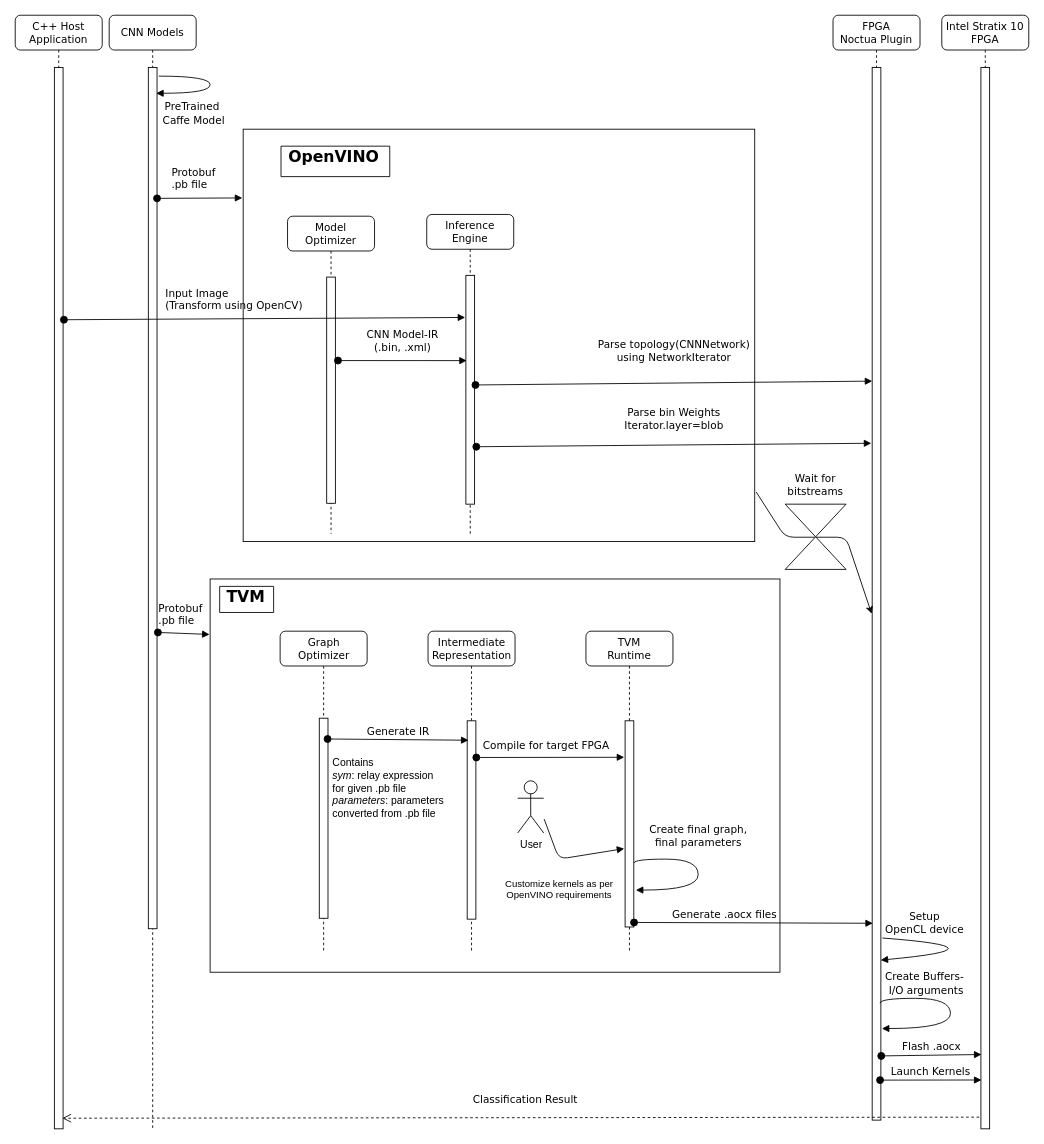
Above: projectplan/Project Report/Updated_Design__Document.drawio in pc2/CustoNN2 (draw.io), before the change. Source tidied: cells renumbered, new cells numbered last; positions are measured from the earlier drawing's top-left corner, leaving out a move shared by most shapes. Both pictures are drawn from the tidied source at 87%, with x=0, y=0 at pixel (15, 15).
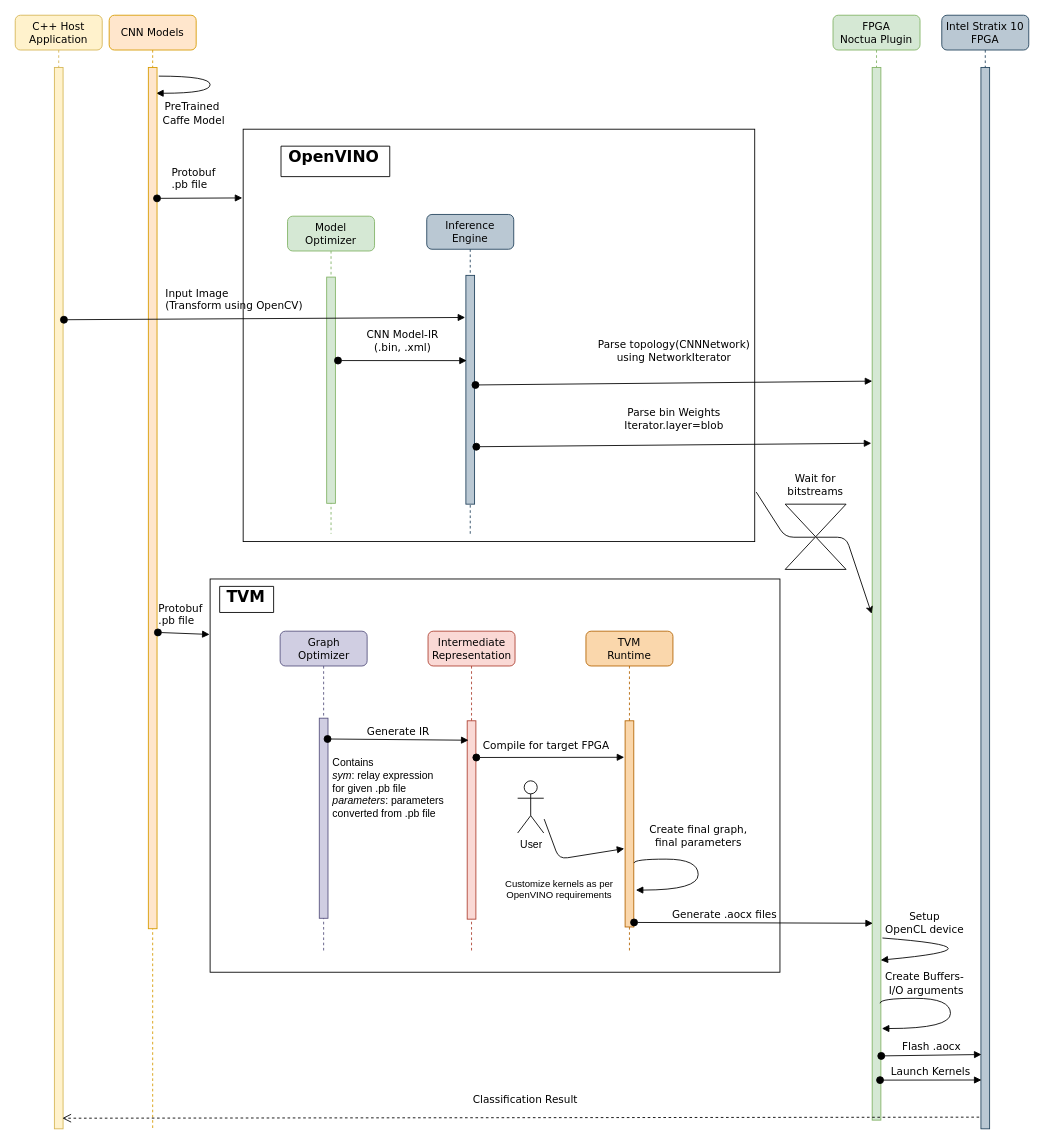
Above is the later version.

Diff of the diagram source:
```diff
@@
-    <mxCell id="2" value="CNN Models" style="shape=umlLifeline;perimeter=lifelinePerimeter;whiteSpace=wrap;html=1;rounded=1;shadow=0;comic=0;labelBackgroundColor=none;strokeColor=#000000;strokeWidth=1;fillColor=#FFFFFF;fontFamily=Verdana;fontSize=12;fontColor=#000000;align=center;" parent="1" vertex="1">
+    <mxCell id="2" value="CNN Models" style="shape=umlLifeline;perimeter=lifelinePerimeter;whiteSpace=wrap;html=1;rounded=1;shadow=0;comic=0;labelBackgroundColor=none;strokeColor=#d79b00;strokeWidth=1;fillColor=#ffe6cc;fontFamily=Verdana;fontSize=12;align=center;" parent="1" vertex="1">
       <mxGeometry x="108" width="100" height="1280" as="geometry" />
     </mxCell>
@@
-    <mxCell id="4" style="html=1;points=[];perimeter=orthogonalPerimeter;rounded=0;shadow=0;comic=0;labelBackgroundColor=none;strokeColor=#000000;strokeWidth=1;fillColor=#FFFFFF;fontFamily=Verdana;fontSize=12;fontColor=#000000;align=center;" parent="2" vertex="1">
+    <mxCell id="4" style="html=1;points=[];perimeter=orthogonalPerimeter;rounded=0;shadow=0;comic=0;labelBackgroundColor=none;strokeColor=#d79b00;strokeWidth=1;fillColor=#ffe6cc;fontFamily=Verdana;fontSize=12;align=center;" parent="2" vertex="1">
       <mxGeometry x="45" y="60" width="10" height="990" as="geometry" />
     </mxCell>
-    <mxCell id="5" value="FPGA&lt;br&gt;Noctua Plugin" style="shape=umlLifeline;perimeter=lifelinePerimeter;whiteSpace=wrap;html=1;rounded=1;shadow=0;comic=0;labelBackgroundColor=none;strokeColor=#000000;strokeWidth=1;fillColor=#FFFFFF;fontFamily=Verdana;fontSize=12;fontColor=#000000;align=center;" parent="1" vertex="1">
+    <mxCell id="5" value="FPGA&lt;br&gt;Noctua Plugin" style="shape=umlLifeline;perimeter=lifelinePerimeter;whiteSpace=wrap;html=1;rounded=1;shadow=0;comic=0;labelBackgroundColor=none;strokeColor=#82b366;strokeWidth=1;fillColor=#d5e8d4;fontFamily=Verdana;fontSize=12;align=center;" parent="1" vertex="1">
       <mxGeometry x="940" width="100" height="1270" as="geometry" />
     </mxCell>
-    <mxCell id="6" style="html=1;points=[];perimeter=orthogonalPerimeter;rounded=0;shadow=0;comic=0;labelBackgroundColor=none;strokeColor=#000000;strokeWidth=1;fillColor=#FFFFFF;fontFamily=Verdana;fontSize=12;fontColor=#000000;align=center;" parent="5" vertex="1">
+    <mxCell id="6" style="html=1;points=[];perimeter=orthogonalPerimeter;rounded=0;shadow=0;comic=0;labelBackgroundColor=none;strokeColor=#82b366;strokeWidth=1;fillColor=#d5e8d4;fontFamily=Verdana;fontSize=12;align=center;" parent="5" vertex="1">
       <mxGeometry x="45" y="60" width="10" height="1210" as="geometry" />
     </mxCell>
@@
-    <mxCell id="9" value="Intel Stratix 10 FPGA" style="shape=umlLifeline;perimeter=lifelinePerimeter;whiteSpace=wrap;html=1;rounded=1;shadow=0;comic=0;labelBackgroundColor=none;strokeColor=#000000;strokeWidth=1;fillColor=#FFFFFF;fontFamily=Verdana;fontSize=12;fontColor=#000000;align=center;" parent="1" vertex="1">
+    <mxCell id="9" value="&lt;font color=&quot;#000000&quot;&gt;Intel Stratix 10 FPGA&lt;/font&gt;" style="shape=umlLifeline;perimeter=lifelinePerimeter;whiteSpace=wrap;html=1;rounded=1;shadow=0;comic=0;labelBackgroundColor=none;strokeColor=#23445d;strokeWidth=1;fillColor=#bac8d3;fontFamily=Verdana;fontSize=12;align=center;gradientDirection=west;" parent="1" vertex="1">
       <mxGeometry x="1065" width="100" height="1280" as="geometry" />
     </mxCell>
-    <mxCell id="10" style="html=1;points=[];perimeter=orthogonalPerimeter;rounded=0;shadow=0;comic=0;labelBackgroundColor=none;strokeColor=#000000;strokeWidth=1;fillColor=#FFFFFF;fontFamily=Verdana;fontSize=12;fontColor=#000000;align=center;" parent="9" vertex="1">
+    <mxCell id="10" style="html=1;points=[];perimeter=orthogonalPerimeter;rounded=0;shadow=0;comic=0;labelBackgroundColor=none;strokeColor=#23445d;strokeWidth=1;fillColor=#bac8d3;fontFamily=Verdana;fontSize=12;align=center;" parent="9" vertex="1">
       <mxGeometry x="45" y="60" width="10" height="1220" as="geometry" />
     </mxCell>
-    <mxCell id="11" value="C++ Host Application" style="shape=umlLifeline;perimeter=lifelinePerimeter;whiteSpace=wrap;html=1;rounded=1;shadow=0;comic=0;labelBackgroundColor=none;strokeColor=#000000;strokeWidth=1;fillColor=#FFFFFF;fontFamily=Verdana;fontSize=12;fontColor=#000000;align=center;" parent="1" vertex="1">
+    <mxCell id="11" value="C++ Host Application" style="shape=umlLifeline;perimeter=lifelinePerimeter;whiteSpace=wrap;html=1;rounded=1;shadow=0;comic=0;labelBackgroundColor=none;strokeColor=#d6b656;strokeWidth=1;fillColor=#fff2cc;fontFamily=Verdana;fontSize=12;align=center;" parent="1" vertex="1">
       <mxGeometry width="100" height="1280" as="geometry" />
     </mxCell>
-    <mxCell id="12" style="html=1;points=[];perimeter=orthogonalPerimeter;rounded=0;shadow=0;comic=0;labelBackgroundColor=none;strokeColor=#000000;strokeWidth=1;fillColor=#FFFFFF;fontFamily=Verdana;fontSize=12;fontColor=#000000;align=center;" parent="11" vertex="1">
+    <mxCell id="12" style="html=1;points=[];perimeter=orthogonalPerimeter;rounded=0;shadow=0;comic=0;labelBackgroundColor=none;strokeColor=#d6b656;strokeWidth=1;fillColor=#fff2cc;fontFamily=Verdana;fontSize=12;align=center;" parent="11" vertex="1">
       <mxGeometry x="45" y="60" width="10" height="1220" as="geometry" />
     </mxCell>
@@
-    <mxCell id="18" value="Graph&lt;br&gt;Optimizer&lt;br&gt;" style="shape=umlLifeline;perimeter=lifelinePerimeter;whiteSpace=wrap;html=1;rounded=1;shadow=0;comic=0;labelBackgroundColor=none;strokeColor=#000000;strokeWidth=1;fillColor=#FFFFFF;fontFamily=Verdana;fontSize=12;fontColor=#000000;align=center;" parent="1" vertex="1">
+    <mxCell id="18" value="Graph&lt;br&gt;Optimizer&lt;br&gt;" style="shape=umlLifeline;perimeter=lifelinePerimeter;whiteSpace=wrap;html=1;rounded=1;shadow=0;comic=0;labelBackgroundColor=none;strokeColor=#56517e;strokeWidth=1;fillColor=#d0cee2;fontFamily=Verdana;fontSize=12;align=center;" parent="1" vertex="1">
       <mxGeometry x="304.5" y="708" width="100" height="370" as="geometry" />
     </mxCell>
-    <mxCell id="19" style="html=1;points=[];perimeter=orthogonalPerimeter;rounded=0;shadow=0;comic=0;labelBackgroundColor=none;strokeColor=#000000;strokeWidth=1;fillColor=#FFFFFF;fontFamily=Verdana;fontSize=12;fontColor=#000000;align=center;" parent="18" vertex="1">
+    <mxCell id="19" style="html=1;points=[];perimeter=orthogonalPerimeter;rounded=0;shadow=0;comic=0;labelBackgroundColor=none;strokeColor=#56517e;strokeWidth=1;fillColor=#d0cee2;fontFamily=Verdana;fontSize=12;align=center;" parent="18" vertex="1">
       <mxGeometry x="45" y="100" width="10" height="230" as="geometry" />
     </mxCell>
-    <mxCell id="20" value="Intermediate&lt;br&gt;Representation&lt;br&gt;" style="shape=umlLifeline;perimeter=lifelinePerimeter;whiteSpace=wrap;html=1;rounded=1;shadow=0;comic=0;labelBackgroundColor=none;strokeColor=#000000;strokeWidth=1;fillColor=#FFFFFF;fontFamily=Verdana;fontSize=12;fontColor=#000000;align=center;" parent="1" vertex="1">
+    <mxCell id="20" value="Intermediate&lt;br&gt;Representation&lt;br&gt;" style="shape=umlLifeline;perimeter=lifelinePerimeter;whiteSpace=wrap;html=1;rounded=1;shadow=0;comic=0;labelBackgroundColor=none;strokeColor=#ae4132;strokeWidth=1;fillColor=#fad9d5;fontFamily=Verdana;fontSize=12;align=center;" parent="1" vertex="1">
       <mxGeometry x="474.5" y="708" width="100" height="370" as="geometry" />
     </mxCell>
-    <mxCell id="21" style="html=1;points=[];perimeter=orthogonalPerimeter;" parent="20" vertex="1">
+    <mxCell id="21" style="html=1;points=[];perimeter=orthogonalPerimeter;fillColor=#fad9d5;strokeColor=#ae4132;" parent="20" vertex="1">
       <mxGeometry x="45" y="103" width="10" height="228" as="geometry" />
     </mxCell>
-    <mxCell id="22" value="TVM&lt;br&gt;Runtime&lt;br&gt;" style="shape=umlLifeline;perimeter=lifelinePerimeter;whiteSpace=wrap;html=1;rounded=1;shadow=0;comic=0;labelBackgroundColor=none;strokeColor=#000000;strokeWidth=1;fillColor=#FFFFFF;fontFamily=Verdana;fontSize=12;fontColor=#000000;align=center;" parent="1" vertex="1">
+    <mxCell id="22" value="TVM&lt;br&gt;Runtime&lt;br&gt;" style="shape=umlLifeline;perimeter=lifelinePerimeter;whiteSpace=wrap;html=1;rounded=1;shadow=0;comic=0;labelBackgroundColor=none;strokeColor=#b46504;strokeWidth=1;fillColor=#fad7ac;fontFamily=Verdana;fontSize=12;align=center;" parent="1" vertex="1">
       <mxGeometry x="656" y="708" width="100" height="370" as="geometry" />
     </mxCell>
-    <mxCell id="23" style="html=1;points=[];perimeter=orthogonalPerimeter;rounded=0;shadow=0;comic=0;labelBackgroundColor=none;strokeColor=#000000;strokeWidth=1;fillColor=#FFFFFF;fontFamily=Verdana;fontSize=12;fontColor=#000000;align=center;" parent="22" vertex="1">
+    <mxCell id="23" style="html=1;points=[];perimeter=orthogonalPerimeter;rounded=0;shadow=0;comic=0;labelBackgroundColor=none;strokeColor=#b46504;strokeWidth=1;fillColor=#fad7ac;fontFamily=Verdana;fontSize=12;align=center;" parent="22" vertex="1">
       <mxGeometry x="45" y="103" width="10" height="237" as="geometry" />
     </mxCell>
@@
-    <mxCell id="36" value="Model Optimizer" style="shape=umlLifeline;perimeter=lifelinePerimeter;whiteSpace=wrap;html=1;rounded=1;shadow=0;comic=0;labelBackgroundColor=none;strokeColor=#000000;strokeWidth=1;fillColor=#FFFFFF;fontFamily=Verdana;fontSize=12;fontColor=#000000;align=center;" parent="1" vertex="1">
+    <mxCell id="36" value="Model Optimizer" style="shape=umlLifeline;perimeter=lifelinePerimeter;whiteSpace=wrap;html=1;rounded=1;shadow=0;comic=0;labelBackgroundColor=none;strokeColor=#82b366;strokeWidth=1;fillColor=#d5e8d4;fontFamily=Verdana;fontSize=12;align=center;" parent="1" vertex="1">
       <mxGeometry x="313" y="231" width="100" height="365" as="geometry" />
     </mxCell>
-    <mxCell id="37" style="html=1;points=[];perimeter=orthogonalPerimeter;rounded=0;shadow=0;comic=0;labelBackgroundColor=none;strokeColor=#000000;strokeWidth=1;fillColor=#FFFFFF;fontFamily=Verdana;fontSize=12;fontColor=#000000;align=center;" parent="36" vertex="1">
+    <mxCell id="37" style="html=1;points=[];perimeter=orthogonalPerimeter;rounded=0;shadow=0;comic=0;labelBackgroundColor=none;strokeColor=#82b366;strokeWidth=1;fillColor=#d5e8d4;fontFamily=Verdana;fontSize=12;align=center;" parent="36" vertex="1">
       <mxGeometry x="45" y="70" width="10" height="260" as="geometry" />
     </mxCell>
-    <mxCell id="38" value="Inference Engine" style="shape=umlLifeline;perimeter=lifelinePerimeter;whiteSpace=wrap;html=1;rounded=1;shadow=0;comic=0;labelBackgroundColor=none;strokeColor=#000000;strokeWidth=1;fillColor=#FFFFFF;fontFamily=Verdana;fontSize=12;fontColor=#000000;align=center;" parent="1" vertex="1">
+    <mxCell id="38" value="Inference Engine" style="shape=umlLifeline;perimeter=lifelinePerimeter;whiteSpace=wrap;html=1;rounded=1;shadow=0;comic=0;labelBackgroundColor=none;strokeColor=#23445d;strokeWidth=1;fillColor=#bac8d3;fontFamily=Verdana;fontSize=12;align=center;" parent="1" vertex="1">
       <mxGeometry x="473" y="229" width="100" height="367" as="geometry" />
     </mxCell>
-    <mxCell id="39" style="html=1;points=[];perimeter=orthogonalPerimeter;" parent="38" vertex="1">
+    <mxCell id="39" style="html=1;points=[];perimeter=orthogonalPerimeter;fillColor=#bac8d3;strokeColor=#23445d;" parent="38" vertex="1">
       <mxGeometry x="45" y="70" width="10" height="263" as="geometry" />
     </mxCell>
```
